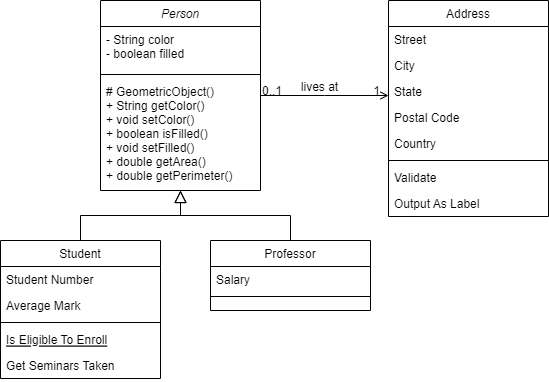
This is Module4/ProgrammingAssignment/ChapterThirteenExercise/GeometricObjectUML.png from njlowhorn/Java_Class, a draw.io export, as it was before one commit. Source tidied: cells renumbered, new cells last; positions are measured from the earlier drawing's top-left corner, leaving out a move shared by most shapes.
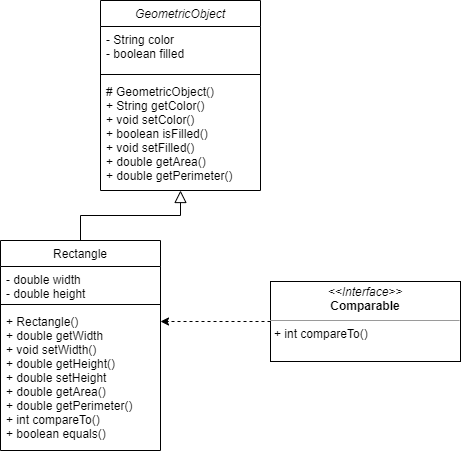
After the change.

The edit, as a diff of the source:
```diff
@@ -2,7 +2,7 @@
   <root>
     <mxCell id="0" />
     <mxCell id="1" parent="0" />
-    <mxCell id="2" value="Person" style="swimlane;fontStyle=2;align=center;verticalAlign=top;horizontal=1;startSize=26;rounded=0;shadow=0;strokeWidth=1;" parent="1" vertex="1">
+    <mxCell id="2" value="GeometricObject" style="swimlane;fontStyle=2;align=center;verticalAlign=top;horizontal=1;startSize=26;rounded=0;shadow=0;strokeWidth=1;" parent="1" vertex="1">
       <mxGeometry x="100" width="160" height="190" as="geometry" />
     </mxCell>
     <mxCell id="3" value="- String color&#10;- boolean filled" style="text;align=left;verticalAlign=top;spacingLeft=4;spacingRight=4;overflow=hidden;" parent="2" vertex="1">
@@ -14,85 +14,31 @@
     <mxCell id="5" value="# GeometricObject()&#10;+ String getColor()&#10;+ void setColor()&#10;+ boolean isFilled()&#10;+ void setFilled()&#10;+ double getArea()&#10;+ double getPerimeter()" style="text;align=left;verticalAlign=top;spacingLeft=4;spacingRight=4;overflow=hidden;" parent="2" vertex="1">
       <mxGeometry y="78" width="160" height="112" as="geometry" />
     </mxCell>
-    <mxCell id="6" value="Student" style="swimlane;fontStyle=0;align=center;verticalAlign=top;horizontal=1;startSize=26;rounded=0;shadow=0;strokeWidth=1;" parent="1" vertex="1">
-      <mxGeometry y="240" width="160" height="138" as="geometry" />
+    <mxCell id="6" value="Rectangle" style="swimlane;fontStyle=0;align=center;verticalAlign=top;horizontal=1;startSize=26;rounded=0;shadow=0;strokeWidth=1;" parent="1" vertex="1">
+      <mxGeometry y="240" width="160" height="210" as="geometry" />
     </mxCell>
-    <mxCell id="7" value="Student Number" style="text;align=left;verticalAlign=top;spacingLeft=4;spacingRight=4;overflow=hidden;" parent="6" vertex="1">
-      <mxGeometry y="26" width="160" height="26" as="geometry" />
+    <mxCell id="7" value="- double width&#10;- double height" style="text;align=left;verticalAlign=top;spacingLeft=4;spacingRight=4;overflow=hidden;" parent="6" vertex="1">
+      <mxGeometry y="26" width="160" height="34" as="geometry" />
     </mxCell>
-    <mxCell id="8" value="Average Mark" style="text;align=left;verticalAlign=top;spacingLeft=4;spacingRight=4;overflow=hidden;rounded=0;shadow=0;html=0;" parent="6" vertex="1">
-      <mxGeometry y="52" width="160" height="26" as="geometry" />
-    </mxCell>
     <mxCell id="9" style="line;html=1;strokeWidth=1;align=left;verticalAlign=middle;spacingTop=-1;spacingLeft=3;spacingRight=3;labelPosition=right;" parent="6" vertex="1">
-      <mxGeometry y="78" width="160" height="8" as="geometry" />
+      <mxGeometry y="60" width="160" height="8" as="geometry" />
     </mxCell>
-    <mxCell id="10" value="Is Eligible To Enroll" style="text;align=left;verticalAlign=top;spacingLeft=4;spacingRight=4;overflow=hidden;points=[[0,0.5],[1,0.5]];portConstraint=eastwest;fontStyle=4;" parent="6" vertex="1">
-      <mxGeometry y="86" width="160" height="26" as="geometry" />
+    <mxCell id="10" value="+ Rectangle()&#10;+ double getWidth&#10;+ void setWidth()&#10;+ double getHeight()&#10;+ double setHeight&#10;+ double getArea()&#10;+ double getPerimeter()&#10;+ int compareTo()&#10;+ boolean equals()" style="text;align=left;verticalAlign=top;spacingLeft=4;spacingRight=4;overflow=hidden;points=[[0,0.5],[1,0.5]];portConstraint=eastwest;fontStyle=0;" parent="6" vertex="1">
+      <mxGeometry y="68" width="160" height="142" as="geometry" />
     </mxCell>
-    <mxCell id="11" value="Get Seminars Taken" style="text;align=left;verticalAlign=top;spacingLeft=4;spacingRight=4;overflow=hidden;" parent="6" vertex="1">
-      <mxGeometry y="112" width="160" height="26" as="geometry" />
-    </mxCell>
     <mxCell id="12" style="endArrow=block;endSize=10;endFill=0;shadow=0;strokeWidth=1;rounded=0;edgeStyle=elbowEdgeStyle;elbow=vertical;" parent="1" edge="1" source="6" target="2">
       <mxGeometry relative="1" as="geometry" />
     </mxCell>
-    <mxCell id="13" value="Professor" style="swimlane;fontStyle=0;align=center;verticalAlign=top;horizontal=1;startSize=26;rounded=0;shadow=0;strokeWidth=1;" parent="1" vertex="1">
-      <mxGeometry x="210" y="240" width="160" height="70" as="geometry" />
-    </mxCell>
-    <mxCell id="14" value="Salary" style="text;align=left;verticalAlign=top;spacingLeft=4;spacingRight=4;overflow=hidden;" parent="13" vertex="1">
-      <mxGeometry y="26" width="160" height="26" as="geometry" />
-    </mxCell>
-    <mxCell id="15" style="line;html=1;strokeWidth=1;align=left;verticalAlign=middle;spacingTop=-1;spacingLeft=3;spacingRight=3;labelPosition=right;" parent="13" vertex="1">
-      <mxGeometry y="52" width="160" height="8" as="geometry" />
-    </mxCell>
-    <mxCell id="16" style="endArrow=block;endSize=10;endFill=0;shadow=0;strokeWidth=1;rounded=0;edgeStyle=elbowEdgeStyle;elbow=vertical;" parent="1" edge="1" source="13" target="2">
-      <mxGeometry relative="1" as="geometry" />
-    </mxCell>
-    <mxCell id="17" value="Address" style="swimlane;fontStyle=0;align=center;verticalAlign=top;horizontal=1;startSize=26;rounded=0;shadow=0;strokeWidth=1;" parent="1" vertex="1">
-      <mxGeometry x="388" width="160" height="216" as="geometry" />
-    </mxCell>
-    <mxCell id="18" value="Street" style="text;align=left;verticalAlign=top;spacingLeft=4;spacingRight=4;overflow=hidden;" parent="17" vertex="1">
-      <mxGeometry y="26" width="160" height="26" as="geometry" />
-    </mxCell>
-    <mxCell id="19" value="City" style="text;align=left;verticalAlign=top;spacingLeft=4;spacingRight=4;overflow=hidden;rounded=0;shadow=0;html=0;" parent="17" vertex="1">
-      <mxGeometry y="52" width="160" height="26" as="geometry" />
-    </mxCell>
-    <mxCell id="20" value="State" style="text;align=left;verticalAlign=top;spacingLeft=4;spacingRight=4;overflow=hidden;rounded=0;shadow=0;html=0;" parent="17" vertex="1">
-      <mxGeometry y="78" width="160" height="26" as="geometry" />
-    </mxCell>
-    <mxCell id="21" value="Postal Code" style="text;align=left;verticalAlign=top;spacingLeft=4;spacingRight=4;overflow=hidden;rounded=0;shadow=0;html=0;" parent="17" vertex="1">
-      <mxGeometry y="104" width="160" height="26" as="geometry" />
-    </mxCell>
-    <mxCell id="22" value="Country" style="text;align=left;verticalAlign=top;spacingLeft=4;spacingRight=4;overflow=hidden;rounded=0;shadow=0;html=0;" parent="17" vertex="1">
-      <mxGeometry y="130" width="160" height="26" as="geometry" />
-    </mxCell>
-    <mxCell id="23" style="line;html=1;strokeWidth=1;align=left;verticalAlign=middle;spacingTop=-1;spacingLeft=3;spacingRight=3;labelPosition=right;" parent="17" vertex="1">
-      <mxGeometry y="156" width="160" height="8" as="geometry" />
-    </mxCell>
-    <mxCell id="24" value="Validate" style="text;align=left;verticalAlign=top;spacingLeft=4;spacingRight=4;overflow=hidden;" parent="17" vertex="1">
-      <mxGeometry y="164" width="160" height="26" as="geometry" />
-    </mxCell>
-    <mxCell id="25" value="Output As Label" style="text;align=left;verticalAlign=top;spacingLeft=4;spacingRight=4;overflow=hidden;" parent="17" vertex="1">
-      <mxGeometry y="190" width="160" height="26" as="geometry" />
-    </mxCell>
-    <mxCell id="26" style="endArrow=open;shadow=0;strokeWidth=1;rounded=0;endFill=1;edgeStyle=elbowEdgeStyle;elbow=vertical;" parent="1" edge="1" source="2" target="17">
-      <mxGeometry x="0.5" y="41" relative="1" as="geometry">
-        <mxPoint x="-40" y="32" as="offset" />
-      </mxGeometry>
-    </mxCell>
-    <mxCell id="27" value="0..1" style="align=left;verticalAlign=bottom;labelBackgroundColor=none;fontSize=12;" parent="26" vertex="1">
-      <mxGeometry x="-1" relative="1" as="geometry">
-        <mxPoint y="4" as="offset" />
-      </mxGeometry>
-    </mxCell>
-    <mxCell id="28" value="1" style="align=right;verticalAlign=bottom;labelBackgroundColor=none;fontSize=12;" parent="26" vertex="1">
-      <mxGeometry x="1" relative="1" as="geometry">
-        <mxPoint x="-7" y="4" as="offset" />
-      </mxGeometry>
-    </mxCell>
-    <mxCell id="29" value="lives at" style="text;html=1;align=center;verticalAlign=middle;labelBackgroundColor=none;rounded=0;shadow=0;strokeWidth=1;fontSize=12;" parent="26" vertex="1">
-      <mxGeometry x="0.5" y="49" relative="1" as="geometry">
-        <mxPoint x="-38" y="40" as="offset" />
-      </mxGeometry>
-    </mxCell>
+    <mxCell id="30" style="edgeStyle=orthogonalEdgeStyle;rounded=0;jettySize=auto;html=1;dashed=1;" parent="1" edge="1" source="31" target="10">
+      <mxGeometry relative="1" as="geometry">
+        <Array as="points">
+          <mxPoint x="160" y="310" />
+          <mxPoint x="160" y="310" />
+        </Array>
+      </mxGeometry>
+    </mxCell>
+    <mxCell id="31" value="&lt;p style=&quot;margin:0px;margin-top:4px;text-align:center;&quot;&gt;&lt;i&gt;&amp;lt;&amp;lt;Interface&amp;gt;&amp;gt;&lt;/i&gt;&lt;br&gt;&lt;b&gt;Comparable&lt;/b&gt;&lt;/p&gt;&lt;hr size=&quot;1&quot;&gt;&lt;p style=&quot;margin:0px;margin-left:4px;&quot;&gt;+ int compareTo()&lt;br&gt;&lt;br&gt;&lt;/p&gt;" style="verticalAlign=top;align=left;overflow=fill;fontSize=12;fontFamily=Helvetica;html=1;" parent="1" vertex="1">
+      <mxGeometry x="270" y="281" width="190" height="80" as="geometry" />
+    </mxCell>
   </root>
 </mxGraphModel>
```
